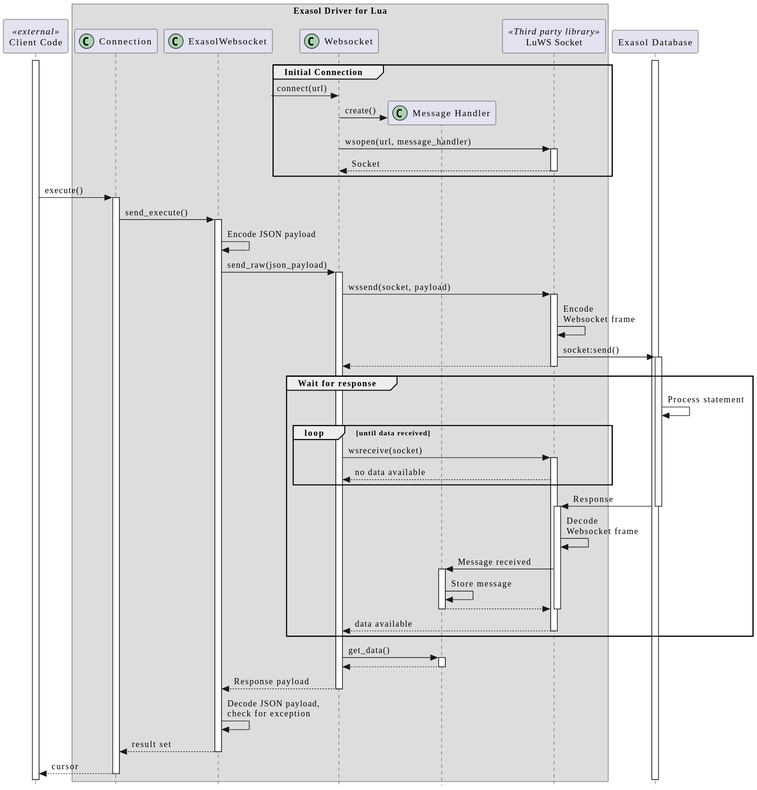
The PlantUML diagram doc/images/generated/seq_websocket_request_response.svg in exasol/exasol-driver-lua, before a commit.
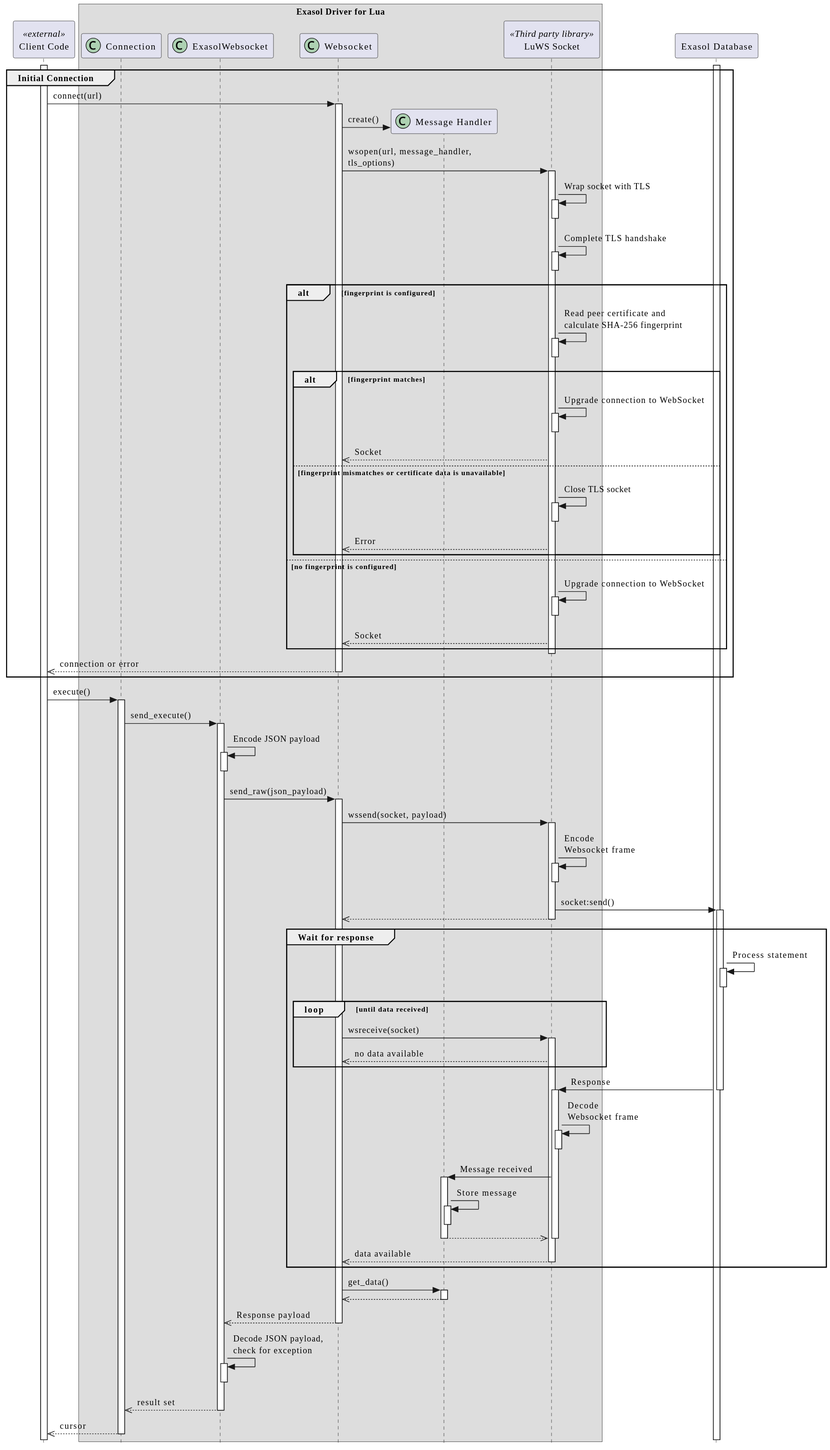
Above is the later version.

The edit, as a diff of the source:
```diff
@@ -1,4 +1,4 @@
-@startuml seq_websocket_request_response
+@startuml
 !include ../clean.skin
 
 participant "Client Code" as client <<external>>
@@ -15,13 +15,42 @@
 activate db
 
 group Initial Connection
-    ?-> ws : connect(url)
+    client -> ws : connect(url)
+    activate ws
     create msghandler
     ws -> msghandler : create()
-    ws -> luws : wsopen(url, message_handler)
+    ws -> luws : wsopen(url, message_handler,\ntls_options)
     activate luws
-    luws --> ws : Socket
+    luws -> luws : Wrap socket with TLS
+    activate luws
     deactivate luws
+    luws -> luws : Complete TLS handshake
+    activate luws
+    deactivate luws
+    alt fingerprint is configured
+        luws -> luws : Read peer certificate and\ncalculate SHA-256 fingerprint
+        activate luws
+        deactivate luws
+        alt fingerprint matches
+            luws -> luws : Upgrade connection to WebSocket
+            activate luws
+            deactivate luws
+            luws -->> ws : Socket
+        else fingerprint mismatches or certificate data is unavailable
+            luws -> luws : Close TLS socket
+            activate luws
+            deactivate luws
+            luws -->> ws : Error
+        end
+    else no fingerprint is configured
+        luws -> luws : Upgrade connection to WebSocket
+        activate luws
+        deactivate luws
+        luws -->> ws : Socket
+    end
+    deactivate luws
+    ws -->> client : connection or error
+    deactivate ws
 end
 
 client -> conn : execute()
@@ -29,47 +58,58 @@
 conn -> exaws : send_execute()
 activate exaws
 exaws -> exaws : Encode JSON payload
+activate exaws
+deactivate exaws
 exaws -> ws : send_raw(json_payload)
 activate ws
 ws -> luws : wssend(socket, payload)
 activate luws
 luws -> luws : Encode\nWebsocket frame
+activate luws
+deactivate luws
 luws -> db : socket:send()
 activate db
-luws --> ws
+luws -->> ws
 deactivate luws
 group Wait for response
     db -> db : Process statement
+    activate db
+    deactivate db
     loop until data received
         ws -> luws : wsreceive(socket)
         activate luws
-        luws --> ws : no data available
+        luws -->> ws : no data available
     end
     db -> luws: Response
     deactivate db
     activate luws
     deactivate luws
     luws -> luws : Decode\nWebsocket frame
+    activate luws
+    deactivate luws
     luws -> msghandler : Message received
     activate msghandler
     msghandler -> msghandler : Store message
-    msghandler --> luws
+    activate msghandler
+    deactivate msghandler
+    msghandler -->> luws
     deactivate msghandler
     deactivate luws
-    luws --> ws : data available
+    luws -->> ws : data available
     deactivate luws
 end
 
 ws -> msghandler : get_data()
 activate msghandler
-msghandler --> ws
+msghandler -->> ws
 deactivate msghandler
-ws --> exaws : Response payload
+ws -->> exaws : Response payload
 deactivate ws
 exaws -> exaws : Decode JSON payload,\ncheck for exception
-exaws --> conn : result set
+activate exaws
 deactivate exaws
-conn --> client : cursor
+exaws -->> conn : result set
+deactivate exaws
+conn -->> client : cursor
 deactivate conn
-
 @enduml
```
